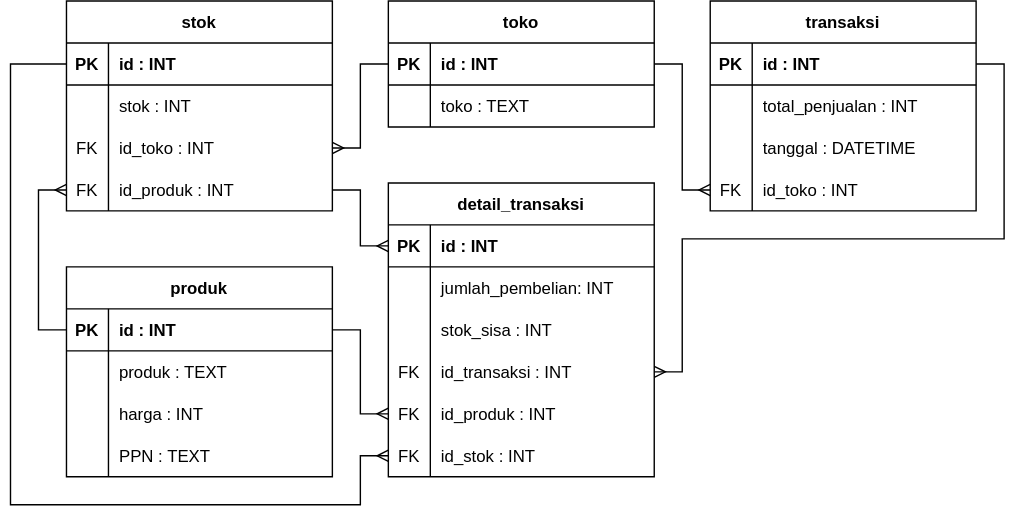
This is 4 - Soal 16 - Rancangan Basis Data - Aplikasi POS/Rancangan Basis Data - Aplikasi POS.svg from oxwazz/technicaltest-bigio.id-backend, a draw.io export, as it was before one commit. Source tidied: cells renumbered, new cells last; positions are measured from the earlier drawing's top-left corner, leaving out a move shared by most shapes.
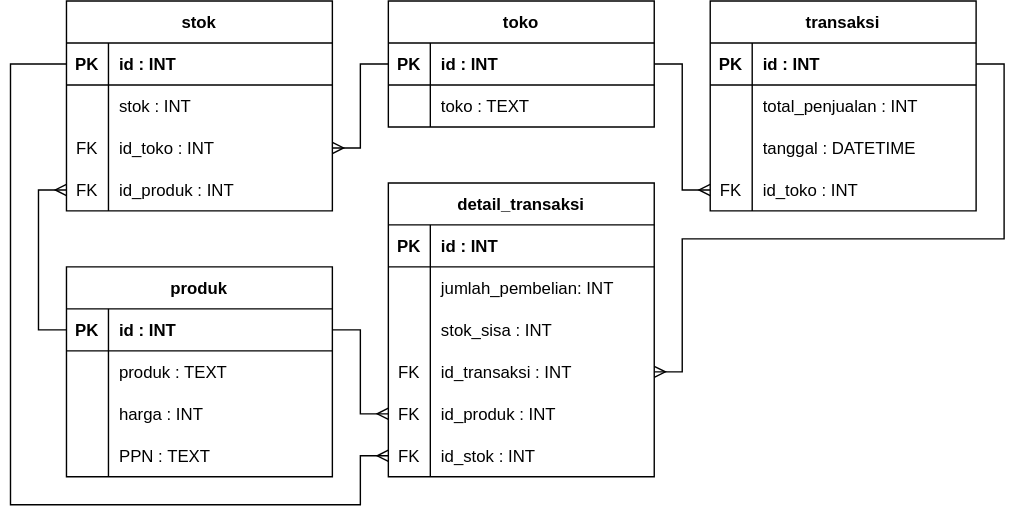
After the commit.

Change to the diagram source:
```diff
@@ -8,9 +8,6 @@
     <mxCell id="3" style="edgeStyle=orthogonalEdgeStyle;rounded=0;jettySize=auto;html=1;exitX=1;exitY=0.5;exitDx=0;exitDy=0;entryX=0;entryY=0.5;entryDx=0;entryDy=0;endArrow=ERmany;endFill=0;" parent="1" edge="1" source="42" target="58">
       <mxGeometry relative="1" as="geometry" />
     </mxCell>
-    <mxCell id="4" style="edgeStyle=orthogonalEdgeStyle;rounded=0;jettySize=auto;html=1;endArrow=ERmany;endFill=0;" parent="1" edge="1" source="19" target="23">
-      <mxGeometry relative="1" as="geometry" />
-    </mxCell>
     <mxCell id="5" style="edgeStyle=orthogonalEdgeStyle;rounded=0;jettySize=auto;html=1;exitX=0;exitY=0.5;exitDx=0;exitDy=0;entryX=0;entryY=0.5;entryDx=0;entryDy=0;endArrow=ERmany;endFill=0;" parent="1" edge="1" source="62" target="19">
       <mxGeometry relative="1" as="geometry" />
     </mxCell>
```
